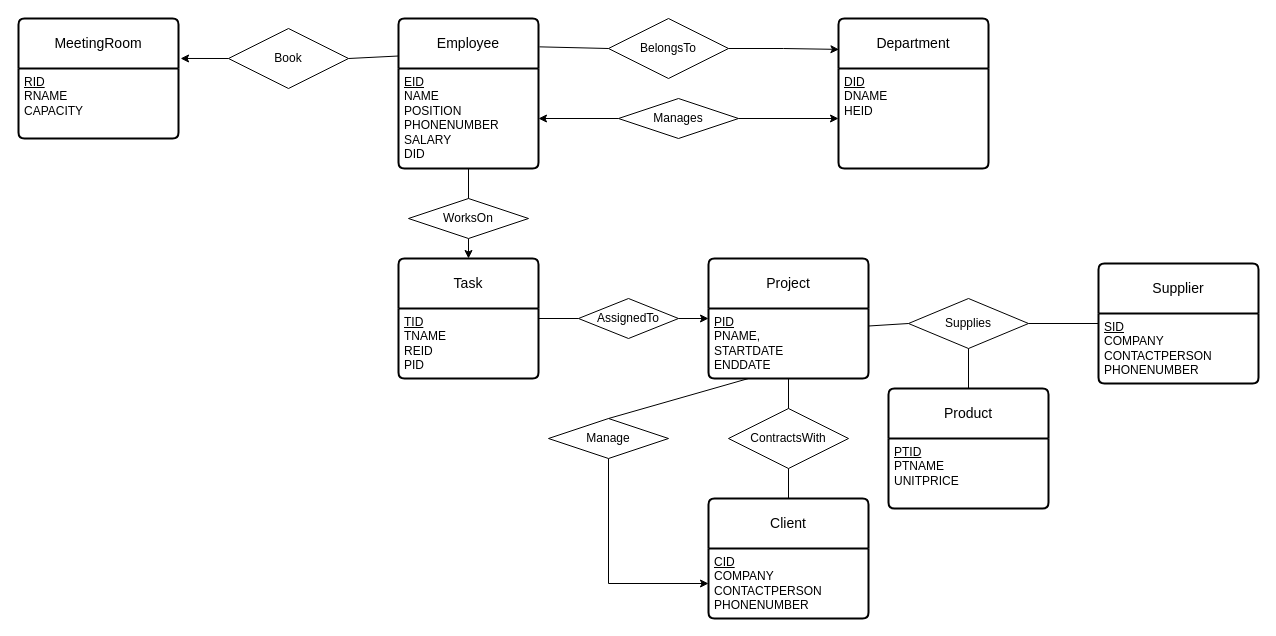
Before: directory/ER_LAB1.drawio in lllwwwooo/draw.io, a draw.io diagram. Source tidied: cells renumbered, new cells numbered last; positions are measured from the earlier drawing's top-left corner, leaving out a move shared by most shapes. Both pictures are drawn from the tidied source at 100%, with x=0, y=0 at pixel (18, 18).
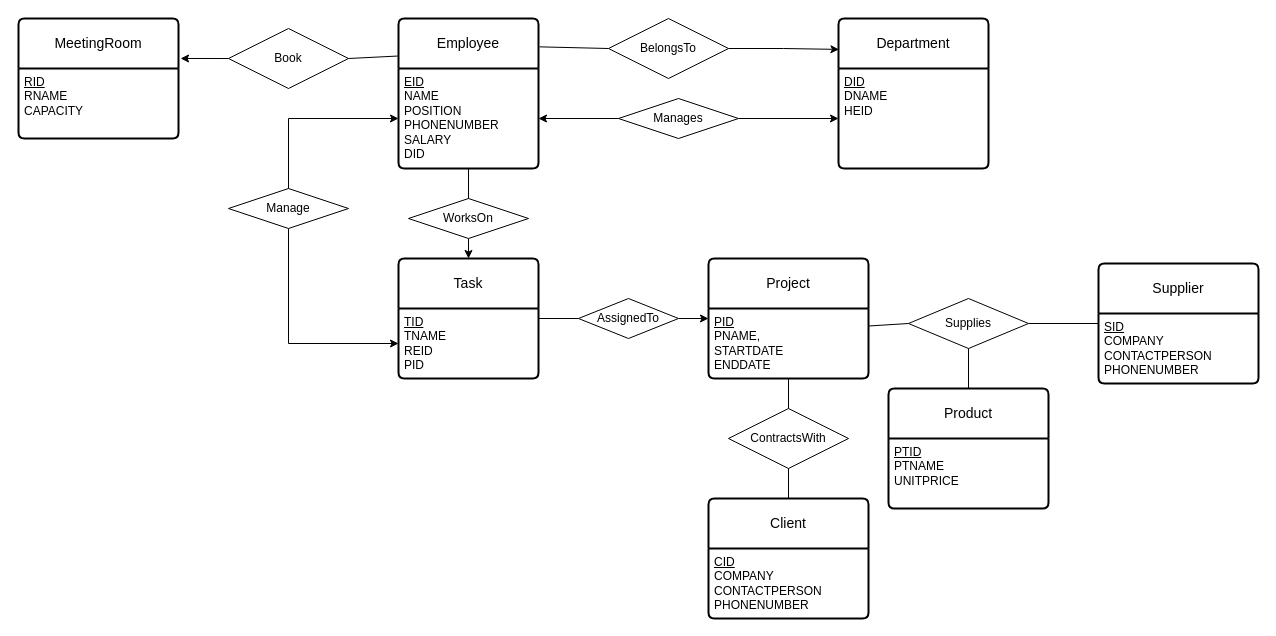
The same page after the edit.

The change refers to these unchanged cells:
```xml
<mxCell id="3" value="&lt;u&gt;EID&lt;/u&gt;&lt;br&gt;NAME&lt;br&gt;POSITION&lt;br&gt;PHONENUMBER&lt;br&gt;SALARY&lt;br&gt;DID" style="align=left;strokeColor=none;fillColor=none;spacingLeft=4;fontSize=12;verticalAlign=top;html=1;points=[[0,0,0,0,0],[0,0.25,0,0,0],[0,0.5,0,0,0],[0,0.75,0,0,0],[0,1,0,0,0],[0.25,0,0,0,0],[0.25,1,0,0,0],[0.5,0,0,0,0],[0.5,1,0,0,0],[0.75,0,0,0,0],[0.75,1,0,0,0],[1,0,0,0,0],[1,0.25,0,0,0],[1,0.5,0,0,0],[1,0.75,0,0,0],[1,1,0,0,0]];" parent="2" vertex="1">
  <mxGeometry y="50" width="140" height="100" as="geometry" />
</mxCell>
<mxCell id="18" value="&lt;u&gt; TID&lt;/u&gt;&lt;br&gt;TNAME&lt;br&gt;REID &lt;br&gt;PID" style="align=left;strokeColor=none;fillColor=none;spacingLeft=4;fontSize=12;verticalAlign=top;html=1;" parent="17" vertex="1">
  <mxGeometry y="50" width="140" height="70" as="geometry" />
</mxCell>
<mxCell id="23" value="&lt;u&gt;PID&lt;/u&gt;&lt;br&gt;PNAME,&lt;br&gt;STARTDATE&lt;br&gt;ENDDATE" style="align=left;strokeColor=none;fillColor=none;spacingLeft=4;fontSize=12;verticalAlign=top;html=1;" parent="22" vertex="1">
  <mxGeometry y="50" width="160" height="70" as="geometry" />
</mxCell>
<mxCell id="32" value="&lt;u&gt;CID&lt;/u&gt;&lt;br&gt;COMPANY&lt;br&gt;CONTACTPERSON&lt;br&gt;PHONENUMBER" style="align=left;strokeColor=none;fillColor=none;spacingLeft=4;fontSize=12;verticalAlign=top;html=1;" parent="31" vertex="1">
  <mxGeometry y="50" width="160" height="70" as="geometry" />
</mxCell>
```

What changed in the source:
```diff
@@
-    <mxCell id="39" style="edgeStyle=orthogonalEdgeStyle;rounded=0;jettySize=auto;html=1;exitX=0.5;exitY=1;exitDx=0;exitDy=0;entryX=0;entryY=0.5;entryDx=0;entryDy=0;" parent="1" edge="1" source="40" target="32">
-      <mxGeometry relative="1" as="geometry" />
-    </mxCell>
+    <mxCell id="43" style="edgeStyle=orthogonalEdgeStyle;shape=connector;rounded=0;jettySize=auto;html=1;exitX=0.5;exitY=1;exitDx=0;exitDy=0;entryX=0;entryY=0.5;entryDx=0;entryDy=0;labelBackgroundColor=default;strokeColor=default;align=center;verticalAlign=middle;fontFamily=Helvetica;fontSize=11;fontColor=default;endArrow=classic;" parent="1" edge="1" source="40" target="18">
+      <mxGeometry relative="1" as="geometry" />
+    </mxCell>
     <mxCell id="40" value="Manage" style="shape=rhombus;perimeter=rhombusPerimeter;whiteSpace=wrap;html=1;align=center;" parent="1" vertex="1">
-      <mxGeometry x="530" y="400" width="120" height="40" as="geometry" />
+      <mxGeometry x="210" y="170" width="120" height="40" as="geometry" />
     </mxCell>
-    <mxCell id="41" style="endArrow=none;html=1;rounded=0;exitX=0.5;exitY=0;exitDx=0;exitDy=0;entryX=0.25;entryY=1;entryDx=0;entryDy=0;" parent="1" edge="1" source="40" target="23">
-      <mxGeometry relative="1" as="geometry" />
-    </mxCell>
@@
+    <mxCell id="44" style="edgeStyle=orthogonalEdgeStyle;shape=connector;rounded=0;jettySize=auto;html=1;exitX=0.5;exitY=0;exitDx=0;exitDy=0;entryX=0;entryY=0.5;entryDx=0;entryDy=0;entryPerimeter=0;labelBackgroundColor=default;strokeColor=default;align=center;verticalAlign=middle;fontFamily=Helvetica;fontSize=11;fontColor=default;endArrow=classic;" parent="1" edge="1" source="40" target="3">
+      <mxGeometry relative="1" as="geometry" />
+    </mxCell>
```
